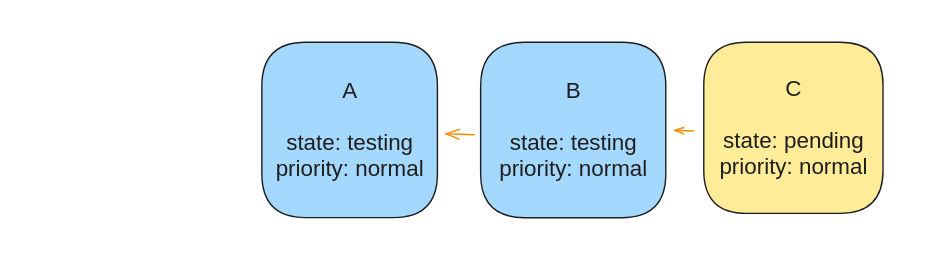
This is .gitbook/assets/file.excalidraw (1).svg from trunk-io/docs, a Excalidraw export, as it was before one commit. Source tidied: one line per element, renumbered; positions are measured from the earlier drawing's top-left corner, leaving out a move shared by most shapes.
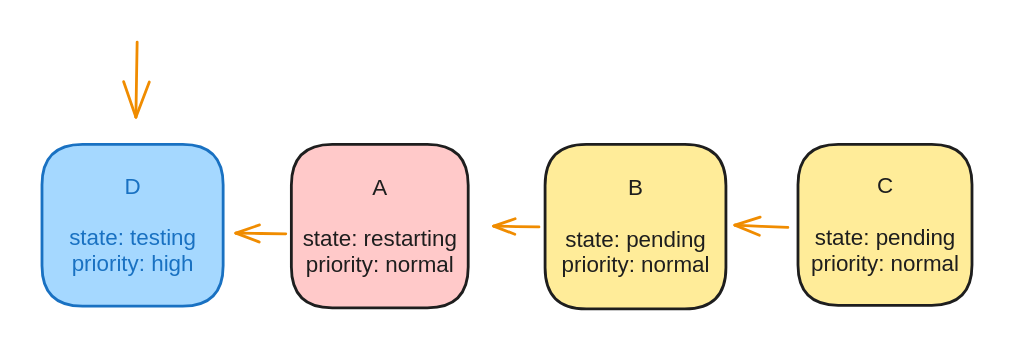
The same file after the commit.

What changed in the source:
```diff
@@ -1,9 +1,12 @@
-{"id": 0, "type": "rectangle", "strokeColor": "#1e1e1e", "backgroundColor": "#a5d8ff", "fillStyle": "solid", "strokeWidth": 1, "roughness": 0, "round": true, "x": 157, "y": 0, "width": 125, "height": 125}
-{"id": 1, "type": "text", "text": "A\n\nstate: testing\npriority: normal", "strokeColor": "#1e1e1e", "strokeWidth": 2, "roughness": 1, "fontSize": 16, "fontFamily": 2, "textAlign": "center", "verticalAlign": "middle", "inside": 0, "x": 167, "y": 26, "width": 106, "height": 74}
-{"id": 2, "type": "rectangle", "strokeColor": "#1e1e1e", "backgroundColor": "#a5d8ff", "fillStyle": "solid", "strokeWidth": 1, "roughness": 0, "round": true, "x": 313, "y": 0, "width": 132, "height": 125}
-{"id": 3, "type": "text", "text": "B\n\nstate: testing\npriority: normal", "strokeColor": "#1e1e1e", "strokeWidth": 2, "roughness": 1, "fontSize": 16, "fontFamily": 2, "textAlign": "center", "verticalAlign": "middle", "inside": 2, "x": 327, "y": 26, "width": 106, "height": 74}
-{"id": 4, "type": "arrow", "strokeColor": "#f08c00", "strokeWidth": 1, "roughness": 0, "endArrowhead": "arrow", "round": true, "from": 2, "to": 0, "x": 309, "y": 66, "width": 20, "height": 1, "points": [[0, 0], [-20, -1]]}
-{"id": 5, "type": "rectangle", "strokeColor": "#1e1e1e", "backgroundColor": "#ffec99", "fillStyle": "solid", "strokeWidth": 1, "roughness": 0, "round": true, "x": 473, "y": 0, "width": 128, "height": 122}
+{"id": 9, "type": "rectangle", "strokeColor": "#1e1e1e", "backgroundColor": "#ffc9c9", "fillStyle": "solid", "strokeWidth": 2, "roughness": 0, "round": true, "x": 113, "y": 4, "width": 126, "height": 117}
+{"id": 10, "type": "text", "text": "A\n\nstate: restarting\npriority: normal", "strokeColor": "#1e1e1e", "strokeWidth": 2, "roughness": 1, "fontSize": 16, "fontFamily": 2, "textAlign": "center", "verticalAlign": "middle", "inside": 9, "x": 121, "y": 25, "width": 110, "height": 74}
+{"id": 11, "type": "rectangle", "strokeColor": "#1e1e1e", "backgroundColor": "#ffec99", "fillStyle": "solid", "strokeWidth": 2, "roughness": 0, "round": true, "x": 294, "y": 4, "width": 129, "height": 118}
+{"id": 12, "type": "text", "text": "B\n\nstate: pending\npriority: normal", "strokeColor": "#1e1e1e", "strokeWidth": 2, "roughness": 1, "fontSize": 16, "fontFamily": 2, "textAlign": "center", "verticalAlign": "middle", "inside": 11, "x": 306, "y": 26, "width": 106, "height": 74}
+{"id": 13, "type": "arrow", "strokeColor": "#f08c00", "strokeWidth": 2, "roughness": 0, "endArrowhead": "arrow", "round": true, "from": 11, "to": 9, "x": 290, "y": 63, "width": 32, "height": 1, "points": [[0, 0], [-32, -1]]}
+{"id": 14, "type": "rectangle", "strokeColor": "#1e1e1e", "backgroundColor": "#ffec99", "fillStyle": "solid", "strokeWidth": 2, "roughness": 0, "round": true, "x": 475, "y": 4, "width": 124, "height": 115}
-{"id": 6, "type": "text", "text": "C\n\nstate: pending\npriority: normal", "strokeColor": "#1e1e1e", "strokeWidth": 2, "roughness": 1, "fontSize": 16, "fontFamily": 2, "textAlign": "center", "verticalAlign": "middle", "inside": 5, "x": 484, "y": 24, "width": 106, "height": 74}
+{"id": 6, "type": "text", "text": "C\n\nstate: pending\npriority: normal", "strokeColor": "#1e1e1e", "strokeWidth": 2, "roughness": 1, "fontSize": 16, "fontFamily": 2, "textAlign": "center", "verticalAlign": "middle", "inside": 14, "x": 484, "y": 24, "width": 106, "height": 74}
-{"id": 7, "type": "arrow", "strokeColor": "#f08c00", "strokeWidth": 1, "roughness": 0, "endArrowhead": "arrow", "round": true, "from": 5, "to": 2, "x": 466, "y": 63, "width": 13, "height": 0, "points": [[0, 0], [-13, 0]]}
-{"id": 8, "type": "rectangle", "strokeColor": "transparent", "strokeWidth": 1, "roughness": 0, "round": true, "x": 0, "y": 5, "width": 127, "height": 120}
+{"id": 15, "type": "arrow", "strokeColor": "#f08c00", "strokeWidth": 2, "roughness": 0, "endArrowhead": "arrow", "round": true, "from": 14, "to": 11, "x": 467, "y": 63, "width": 38, "height": 2, "points": [[0, 0], [-38, -2]]}
+{"id": 16, "type": "rectangle", "strokeColor": "#1971c2", "backgroundColor": "#a5d8ff", "fillStyle": "solid", "strokeWidth": 2, "roughness": 0, "round": true, "x": -65, "y": 4, "width": 129, "height": 116}
+{"id": 17, "type": "text", "text": "D\n\nstate: testing\npriority: high", "strokeColor": "#1971c2", "strokeWidth": 2, "roughness": 1, "fontSize": 16, "fontFamily": 2, "textAlign": "center", "verticalAlign": "middle", "inside": 16, "x": -46, "y": 25, "width": 91, "height": 74}
+{"id": 18, "type": "arrow", "strokeColor": "#f08c00", "strokeWidth": 2, "roughness": 0, "endArrowhead": "arrow", "round": true, "from": 9, "to": 16, "x": 109, "y": 68, "width": 36, "height": 1, "points": [[0, 0], [-36, -1]]}
+{"id": 19, "type": "arrow", "strokeColor": "#f08c00", "strokeWidth": 2, "roughness": 0, "endArrowhead": "arrow", "round": true, "to": 16, "x": 3, "y": -69, "width": 1, "height": 54, "points": [[0, 0], [-1, 54]]}
```
